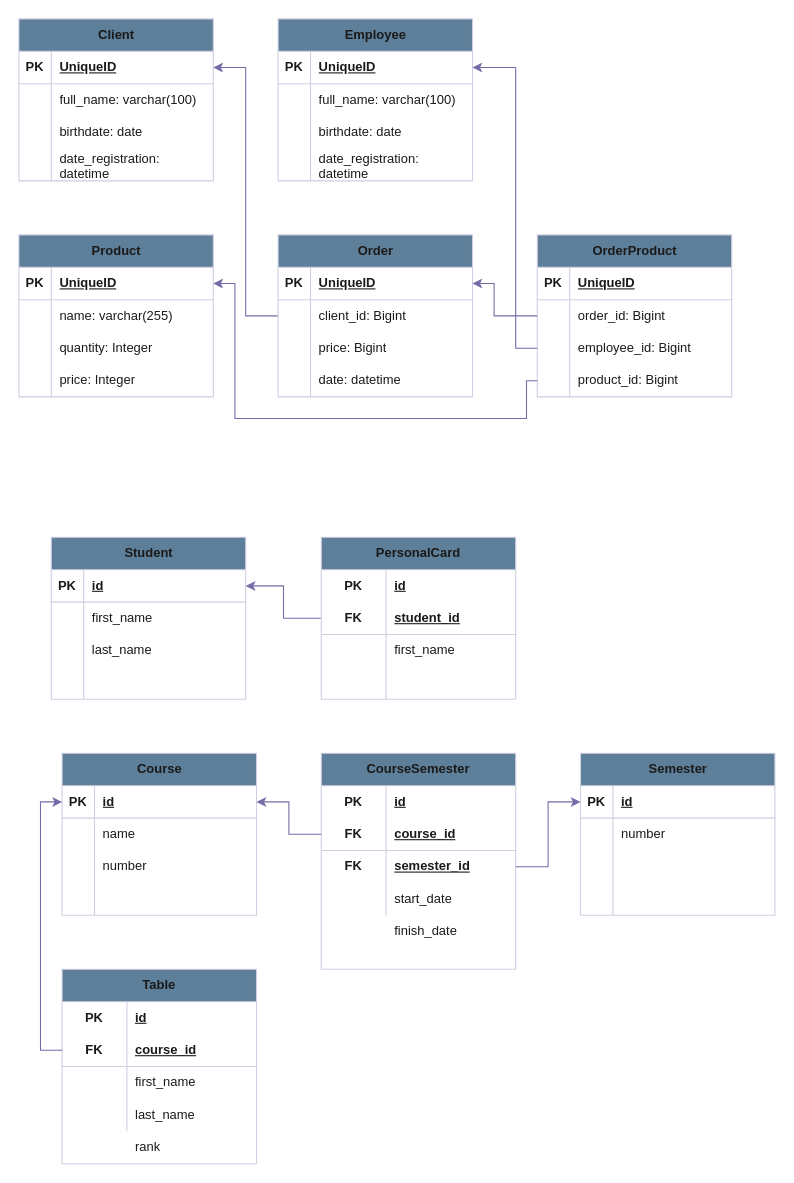
Before: page "Страница — 3" (3 of 4) of Диаграмма без названия.drawio in KmvRoman/Diagrams, a draw.io diagram. Source tidied: cells renumbered, new cells numbered last; positions are measured from the earlier drawing's top-left corner, leaving out a move shared by most shapes. Both pictures are drawn from the tidied source at 108%, with x=0, y=0 at pixel (18, 18).
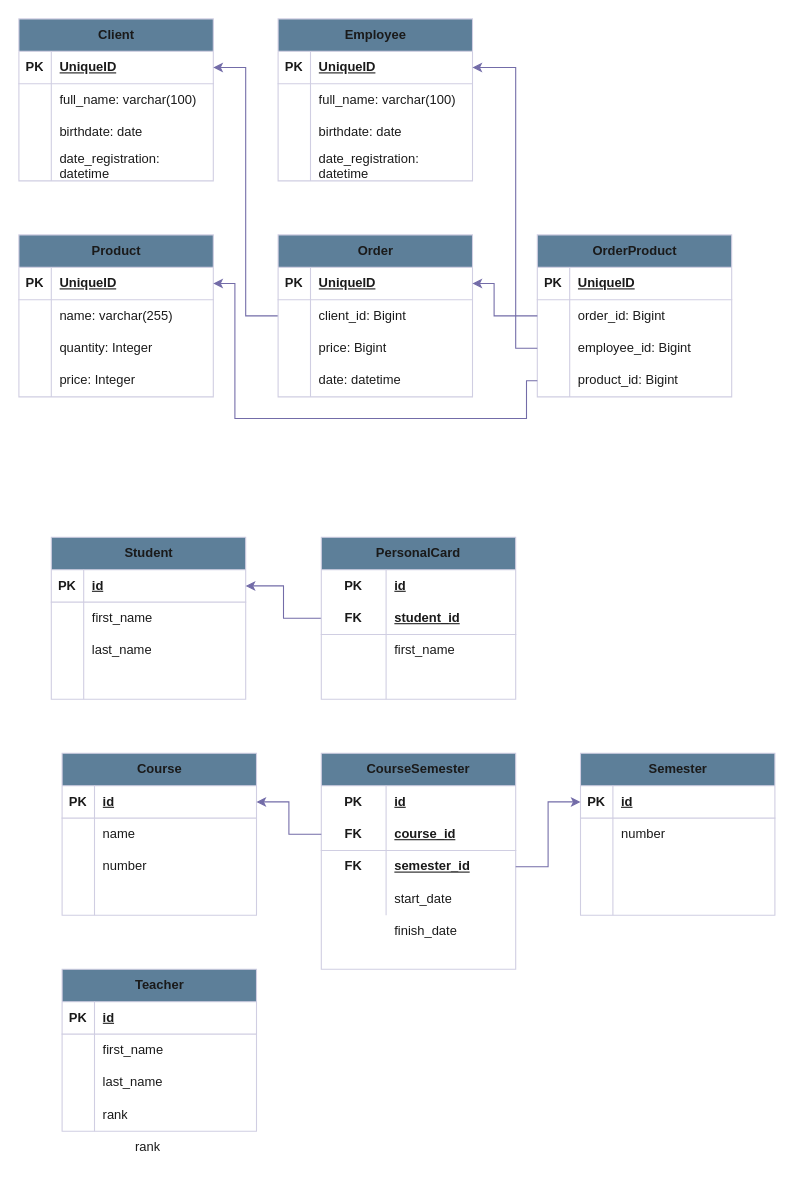
Above is the later version.

Unchanged cells that the change refers to:
```xml
<mxCell id="99" style="shape=tableRow;horizontal=0;startSize=0;swimlaneHead=0;swimlaneBody=0;fillColor=none;points=[[0,0.5],[1,0.5]];portConstraint=eastwest;top=0;left=0;right=0;bottom=1;strokeColor=#D0CEE2;fontColor=#1A1A1A;" parent="98" vertex="1">
  <mxGeometry y="30" width="180" height="30" as="geometry" />
</mxCell>
```

Change to the diagram source:
```diff
@@
-    <mxCell id="141" value="Table" style="shape=table;startSize=30;childLayout=tableLayout;rowLines=0;fontStyle=1;align=center;html=1;whiteSpace=wrap;strokeColor=#D0CEE2;fontColor=#1A1A1A;fillColor=#5D7F99;" parent="1" vertex="1">
-      <mxGeometry x="40" y="880" width="180" height="180" as="geometry" />
-    </mxCell>
-    <mxCell id="142" style="shape=tableRow;horizontal=0;startSize=0;swimlaneHead=0;swimlaneBody=0;fillColor=none;top=0;left=0;right=0;bottom=0;html=1;strokeColor=#D0CEE2;fontColor=#1A1A1A;" parent="141" vertex="1">
-      <mxGeometry y="30" width="180" height="30" as="geometry" />
-    </mxCell>
+    <mxCell id="154" value="rank" style="shape=partialRectangle;fillColor=none;top=0;left=0;bottom=0;right=0;align=left;spacingLeft=6;overflow=hidden;html=1;whiteSpace=wrap;strokeColor=#D0CEE2;fontColor=#1A1A1A;" parent="1" vertex="1">
+      <mxGeometry x="100" y="1030" width="120" height="30" as="geometry" />
+    </mxCell>
+    <mxCell id="156" value="Teacher" style="shape=table;startSize=30;childLayout=tableLayout;rowLines=0;fontStyle=1;align=center;html=1;strokeColor=#D0CEE2;fontColor=#1A1A1A;fillColor=#5D7F99;" parent="1" vertex="1">
+      <mxGeometry x="40" y="880" width="180" height="150" as="geometry" />
+    </mxCell>
+    <mxCell id="157" style="shape=tableRow;horizontal=0;startSize=0;swimlaneHead=0;swimlaneBody=0;fillColor=none;top=0;left=0;right=0;bottom=1;strokeColor=#D0CEE2;fontColor=#1A1A1A;" parent="156" vertex="1">
+      <mxGeometry y="30" width="180" height="30" as="geometry" />
+    </mxCell>
-    <mxCell id="143" value="PK" style="shape=partialRectangle;fillColor=none;top=0;left=0;bottom=0;right=0;fontStyle=1;overflow=hidden;html=1;whiteSpace=wrap;strokeColor=#D0CEE2;fontColor=#1A1A1A;" parent="142" vertex="1">
-      <mxGeometry width="60" height="30" as="geometry" />
+    <mxCell id="143" value="PK" style="shape=partialRectangle;fillColor=none;top=0;left=0;bottom=0;right=0;fontStyle=1;overflow=hidden;whiteSpace=wrap;html=1;strokeColor=#D0CEE2;fontColor=#1A1A1A;" parent="157" vertex="1">
+      <mxGeometry width="30" height="30" as="geometry" />
     </mxCell>
-    <mxCell id="144" value="id" style="shape=partialRectangle;fillColor=none;top=0;left=0;bottom=0;right=0;align=left;spacingLeft=6;fontStyle=5;overflow=hidden;html=1;whiteSpace=wrap;strokeColor=#D0CEE2;fontColor=#1A1A1A;" parent="142" vertex="1">
-      <mxGeometry x="60" width="120" height="30" as="geometry" />
+    <mxCell id="144" value="id" style="shape=partialRectangle;fillColor=none;top=0;left=0;bottom=0;right=0;align=left;spacingLeft=6;fontStyle=5;overflow=hidden;whiteSpace=wrap;html=1;strokeColor=#D0CEE2;fontColor=#1A1A1A;" parent="157" vertex="1">
+      <mxGeometry x="30" width="150" height="30" as="geometry" />
     </mxCell>
-    <mxCell id="145" style="shape=tableRow;horizontal=0;startSize=0;swimlaneHead=0;swimlaneBody=0;fillColor=none;points=[[0,0.5],[1,0.5]];portConstraint=eastwest;top=0;left=0;right=0;bottom=1;html=1;strokeColor=#D0CEE2;fontColor=#1A1A1A;" parent="141" vertex="1">
-      <mxGeometry y="60" width="180" height="30" as="geometry" />
-    </mxCell>
-    <mxCell id="146" value="FK" style="shape=partialRectangle;fillColor=none;top=0;left=0;bottom=0;right=0;fontStyle=1;overflow=hidden;html=1;whiteSpace=wrap;strokeColor=#D0CEE2;fontColor=#1A1A1A;" parent="145" vertex="1">
-      <mxGeometry width="60" height="30" as="geometry" />
-    </mxCell>
-    <mxCell id="147" value="course_id" style="shape=partialRectangle;fillColor=none;top=0;left=0;bottom=0;right=0;align=left;spacingLeft=6;fontStyle=5;overflow=hidden;html=1;whiteSpace=wrap;strokeColor=#D0CEE2;fontColor=#1A1A1A;" parent="145" vertex="1">
-      <mxGeometry x="60" width="120" height="30" as="geometry" />
-    </mxCell>
-    <mxCell id="148" style="shape=tableRow;horizontal=0;startSize=0;swimlaneHead=0;swimlaneBody=0;fillColor=none;top=0;left=0;right=0;bottom=0;html=1;strokeColor=#D0CEE2;fontColor=#1A1A1A;" parent="141" vertex="1">
-      <mxGeometry y="90" width="180" height="30" as="geometry" />
-    </mxCell>
-    <mxCell id="149" style="shape=partialRectangle;fillColor=none;top=0;left=0;bottom=0;right=0;overflow=hidden;html=1;whiteSpace=wrap;strokeColor=#D0CEE2;fontColor=#1A1A1A;" parent="148" vertex="1">
-      <mxGeometry width="60" height="30" as="geometry" />
-    </mxCell>
+    <mxCell id="158" style="shape=tableRow;horizontal=0;startSize=0;swimlaneHead=0;swimlaneBody=0;fillColor=none;top=0;left=0;right=0;bottom=0;strokeColor=#D0CEE2;fontColor=#1A1A1A;" parent="156" vertex="1">
+      <mxGeometry y="60" width="180" height="30" as="geometry" />
+    </mxCell>
+    <mxCell id="159" style="shape=partialRectangle;fillColor=none;top=0;left=0;bottom=0;right=0;overflow=hidden;whiteSpace=wrap;html=1;strokeColor=#D0CEE2;fontColor=#1A1A1A;" parent="158" vertex="1">
+      <mxGeometry width="30" height="30" as="geometry" />
+    </mxCell>
-    <mxCell id="150" value="first_name" style="shape=partialRectangle;fillColor=none;top=0;left=0;bottom=0;right=0;align=left;spacingLeft=6;overflow=hidden;html=1;whiteSpace=wrap;strokeColor=#D0CEE2;fontColor=#1A1A1A;" parent="148" vertex="1">
-      <mxGeometry x="60" width="120" height="30" as="geometry" />
+    <mxCell id="150" value="first_name" style="shape=partialRectangle;fillColor=none;top=0;left=0;bottom=0;right=0;align=left;spacingLeft=6;overflow=hidden;whiteSpace=wrap;html=1;strokeColor=#D0CEE2;fontColor=#1A1A1A;" parent="158" vertex="1">
+      <mxGeometry x="30" width="150" height="30" as="geometry" />
     </mxCell>
-    <mxCell id="151" style="shape=tableRow;horizontal=0;startSize=0;swimlaneHead=0;swimlaneBody=0;fillColor=none;top=0;left=0;right=0;bottom=0;html=1;strokeColor=#D0CEE2;fontColor=#1A1A1A;" parent="141" vertex="1">
-      <mxGeometry y="120" width="180" height="30" as="geometry" />
-    </mxCell>
-    <mxCell id="152" style="shape=partialRectangle;fillColor=none;top=0;left=0;bottom=0;right=0;overflow=hidden;html=1;whiteSpace=wrap;strokeColor=#D0CEE2;fontColor=#1A1A1A;" parent="151" vertex="1">
-      <mxGeometry width="60" height="30" as="geometry" />
-    </mxCell>
+    <mxCell id="160" style="shape=tableRow;horizontal=0;startSize=0;swimlaneHead=0;swimlaneBody=0;fillColor=none;top=0;left=0;right=0;bottom=0;strokeColor=#D0CEE2;fontColor=#1A1A1A;" parent="156" vertex="1">
+      <mxGeometry y="90" width="180" height="30" as="geometry" />
+    </mxCell>
+    <mxCell id="161" style="shape=partialRectangle;fillColor=none;top=0;left=0;bottom=0;right=0;overflow=hidden;whiteSpace=wrap;html=1;strokeColor=#D0CEE2;fontColor=#1A1A1A;" parent="160" vertex="1">
+      <mxGeometry width="30" height="30" as="geometry" />
+    </mxCell>
-    <mxCell id="153" value="last_name" style="shape=partialRectangle;fillColor=none;top=0;left=0;bottom=0;right=0;align=left;spacingLeft=6;overflow=hidden;html=1;whiteSpace=wrap;strokeColor=#D0CEE2;fontColor=#1A1A1A;" parent="151" vertex="1">
-      <mxGeometry x="60" width="120" height="30" as="geometry" />
+    <mxCell id="153" value="last_name" style="shape=partialRectangle;fillColor=none;top=0;left=0;bottom=0;right=0;align=left;spacingLeft=6;overflow=hidden;whiteSpace=wrap;html=1;strokeColor=#D0CEE2;fontColor=#1A1A1A;" parent="160" vertex="1">
+      <mxGeometry x="30" width="150" height="30" as="geometry" />
     </mxCell>
-    <mxCell id="154" value="rank" style="shape=partialRectangle;fillColor=none;top=0;left=0;bottom=0;right=0;align=left;spacingLeft=6;overflow=hidden;html=1;whiteSpace=wrap;strokeColor=#D0CEE2;fontColor=#1A1A1A;" parent="1" vertex="1">
-      <mxGeometry x="100" y="1030" width="120" height="30" as="geometry" />
-    </mxCell>
-    <mxCell id="155" style="edgeStyle=orthogonalEdgeStyle;rounded=0;jettySize=auto;html=1;entryX=0;entryY=0.5;entryDx=0;entryDy=0;strokeColor=#736CA8;fontColor=#1A1A1A;" parent="1" edge="1" source="145" target="99">
-      <mxGeometry relative="1" as="geometry" />
-    </mxCell>
+    <mxCell id="162" style="shape=tableRow;horizontal=0;startSize=0;swimlaneHead=0;swimlaneBody=0;fillColor=none;top=0;left=0;right=0;bottom=0;strokeColor=#D0CEE2;fontColor=#1A1A1A;" parent="156" vertex="1">
+      <mxGeometry y="120" width="180" height="30" as="geometry" />
+    </mxCell>
+    <mxCell id="163" style="shape=partialRectangle;fillColor=none;top=0;left=0;bottom=0;right=0;overflow=hidden;whiteSpace=wrap;html=1;strokeColor=#D0CEE2;fontColor=#1A1A1A;" parent="162" vertex="1">
+      <mxGeometry width="30" height="30" as="geometry" />
+    </mxCell>
+    <mxCell id="164" value="rank" style="shape=partialRectangle;fillColor=none;top=0;left=0;bottom=0;right=0;align=left;spacingLeft=6;overflow=hidden;whiteSpace=wrap;html=1;strokeColor=#D0CEE2;fontColor=#1A1A1A;" parent="162" vertex="1">
+      <mxGeometry x="30" width="150" height="30" as="geometry" />
+    </mxCell>
```
